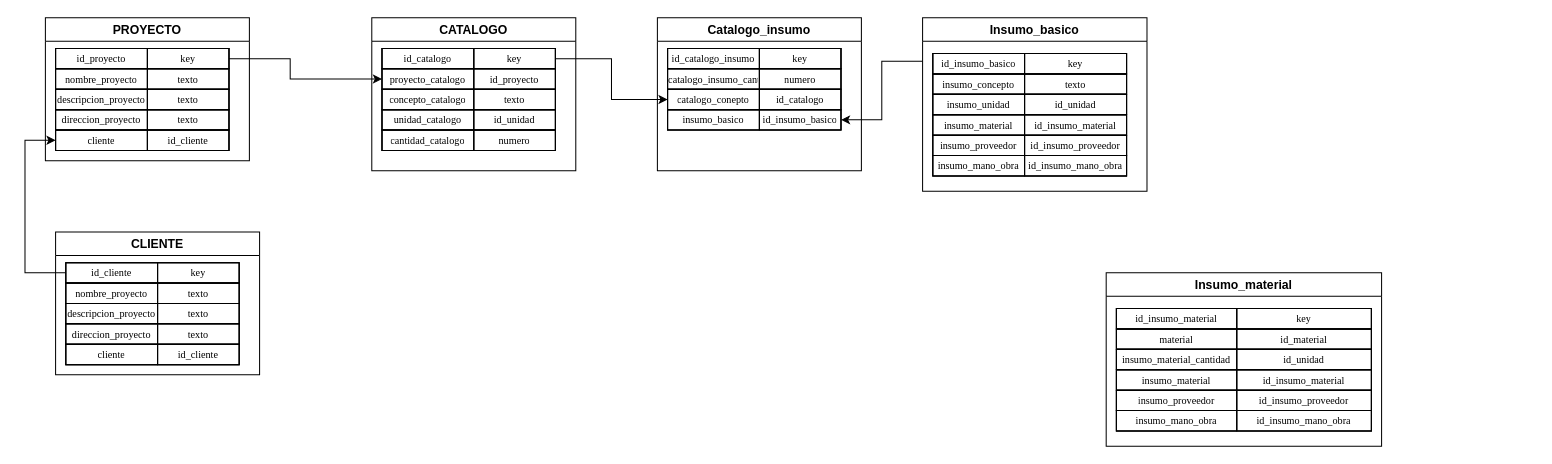
Earlier version of the draw.io diagram Base_datos.drawio (joserra71/AdmonObra). Source tidied: cells renumbered, new cells numbered last; positions are measured from the earlier drawing's top-left corner, leaving out a move shared by most shapes. Both pictures are drawn from the tidied source at 102%, with x=0, y=0 at pixel (24, 17).
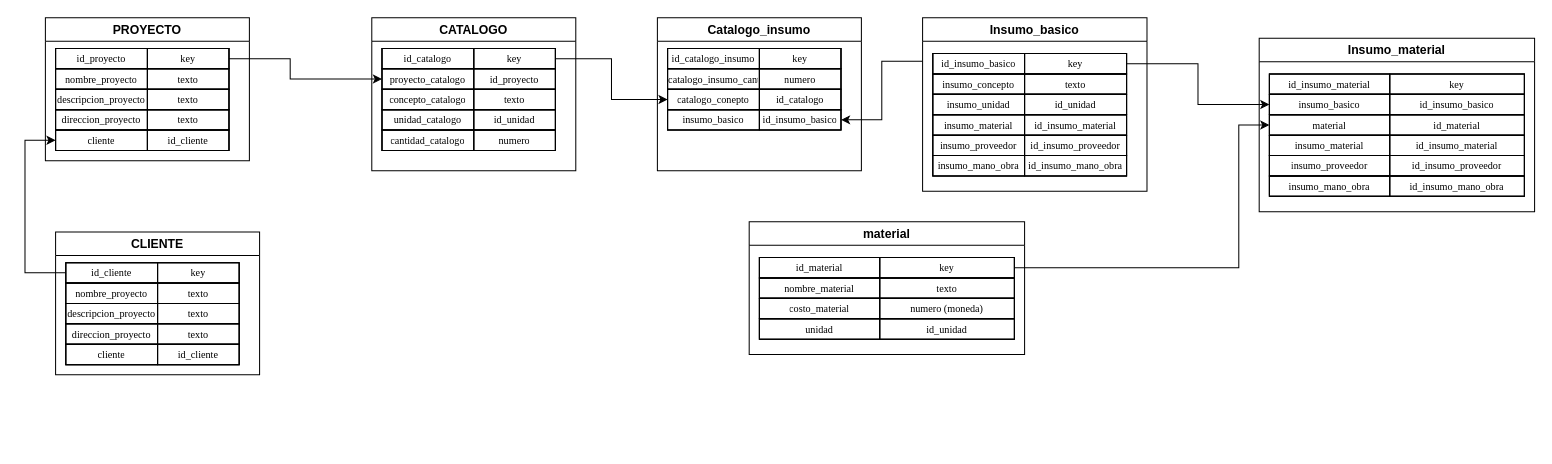
The same diagram, later.

Unchanged cells that the change refers to:
```xml
<mxCell id="73" style="shape=tableRow;horizontal=0;startSize=0;swimlaneHead=0;swimlaneBody=0;strokeColor=inherit;fillColor=none;points=[[0,0.5],[1,0.5]];portConstraint=eastwest;fixedHeader=1;" parent="72" vertex="1">
  <mxGeometry width="190" height="20" as="geometry" />
</mxCell>
<mxCell id="96" style="shape=tableRow;horizontal=0;startSize=0;swimlaneHead=0;swimlaneBody=0;strokeColor=inherit;fillColor=none;points=[[0,0.5],[1,0.5]];portConstraint=eastwest;fixedHeader=1;" parent="92" vertex="1">
  <mxGeometry y="20" width="250" height="20" as="geometry" />
</mxCell>
<mxCell id="99" style="shape=tableRow;horizontal=0;startSize=0;swimlaneHead=0;swimlaneBody=0;strokeColor=inherit;fillColor=none;points=[[0,0.5],[1,0.5]];portConstraint=eastwest;fixedHeader=1;" parent="92" vertex="1">
  <mxGeometry y="40" width="250" height="20" as="geometry" />
</mxCell>
```

The edit, as a diff of the source:
```diff
@@
     <mxCell id="91" value="Insumo_material" style="swimlane;whiteSpace=wrap;html=1;" parent="1" vertex="1">
-      <mxGeometry x="1060" y="250" width="270" height="170" as="geometry" />
+      <mxGeometry x="1210" y="20" width="270" height="170" as="geometry" />
     </mxCell>
@@
-    <mxCell id="97" value="material" style="shape=partialRectangle;html=1;whiteSpace=wrap;strokeColor=inherit;overflow=hidden;fillColor=none;fontFamily=Garamond;fontSize=10;" parent="96" vertex="1">
+    <mxCell id="97" value="insumo_basico" style="shape=partialRectangle;html=1;whiteSpace=wrap;strokeColor=inherit;overflow=hidden;fillColor=none;fontFamily=Garamond;fontSize=10;" parent="96" vertex="1">
       <mxGeometry width="118" height="20" as="geometry" />
     </mxCell>
-    <mxCell id="98" value="id_material" style="shape=partialRectangle;html=1;whiteSpace=wrap;strokeColor=inherit;overflow=hidden;fillColor=none;fontFamily=Garamond;fontSize=10;" parent="96" vertex="1">
+    <mxCell id="98" value="id_insumo_basico" style="shape=partialRectangle;html=1;whiteSpace=wrap;strokeColor=inherit;overflow=hidden;fillColor=none;fontFamily=Garamond;fontSize=10;" parent="96" vertex="1">
       <mxGeometry x="118" width="132" height="20" as="geometry" />
     </mxCell>
@@
-    <mxCell id="100" value="insumo_material_cantidad" style="shape=partialRectangle;html=1;whiteSpace=wrap;strokeColor=inherit;overflow=hidden;fillColor=none;fontFamily=Garamond;fontSize=10;" parent="99" vertex="1">
+    <mxCell id="100" value="material" style="shape=partialRectangle;html=1;whiteSpace=wrap;strokeColor=inherit;overflow=hidden;fillColor=none;fontFamily=Garamond;fontSize=10;" parent="99" vertex="1">
       <mxGeometry width="118" height="20" as="geometry" />
     </mxCell>
-    <mxCell id="101" value="id_unidad" style="shape=partialRectangle;html=1;whiteSpace=wrap;strokeColor=inherit;overflow=hidden;fillColor=none;fontFamily=Garamond;fontSize=10;" parent="99" vertex="1">
+    <mxCell id="101" value="id_material" style="shape=partialRectangle;html=1;whiteSpace=wrap;strokeColor=inherit;overflow=hidden;fillColor=none;fontFamily=Garamond;fontSize=10;" parent="99" vertex="1">
       <mxGeometry x="118" width="132" height="20" as="geometry" />
     </mxCell>
@@
+    <mxCell id="111" value="material" style="swimlane;whiteSpace=wrap;html=1;" parent="1" vertex="1">
+      <mxGeometry x="710" y="200" width="270" height="130" as="geometry" />
+    </mxCell>
+    <mxCell id="112" style="shape=table;startSize=0;childLayout=tableLayout;fixedHeader=1;tableRender=collapsed;" parent="111" vertex="1">
+      <mxGeometry x="10" y="35" width="250" height="80" as="geometry" />
+    </mxCell>
+    <mxCell id="113" style="shape=tableRow;horizontal=0;startSize=0;swimlaneHead=0;swimlaneBody=0;strokeColor=inherit;fillColor=none;points=[[0,0.5],[1,0.5]];portConstraint=eastwest;fixedHeader=1;" parent="112" vertex="1">
+      <mxGeometry width="250" height="20" as="geometry" />
+    </mxCell>
+    <mxCell id="114" value="id_material" style="shape=partialRectangle;html=1;whiteSpace=wrap;strokeColor=inherit;overflow=hidden;fillColor=none;fontFamily=Garamond;fontSize=10;" parent="113" vertex="1">
+      <mxGeometry width="118" height="20" as="geometry" />
+    </mxCell>
+    <mxCell id="115" value="key" style="shape=partialRectangle;html=1;whiteSpace=wrap;strokeColor=inherit;overflow=hidden;fillColor=none;fontFamily=Garamond;fontSize=10;" parent="113" vertex="1">
+      <mxGeometry x="118" width="132" height="20" as="geometry" />
+    </mxCell>
+    <mxCell id="116" style="shape=tableRow;horizontal=0;startSize=0;swimlaneHead=0;swimlaneBody=0;strokeColor=inherit;fillColor=none;fixedHeader=1;" parent="112" vertex="1">
+      <mxGeometry y="20" width="250" height="20" as="geometry" />
+    </mxCell>
+    <mxCell id="117" value="nombre_material" style="shape=partialRectangle;html=1;whiteSpace=wrap;strokeColor=inherit;overflow=hidden;fillColor=none;fontFamily=Garamond;fontSize=10;" parent="116" vertex="1">
+      <mxGeometry width="118" height="20" as="geometry" />
+    </mxCell>
+    <mxCell id="118" value="texto" style="shape=partialRectangle;html=1;whiteSpace=wrap;strokeColor=inherit;overflow=hidden;fillColor=none;fontFamily=Garamond;fontSize=10;" parent="116" vertex="1">
+      <mxGeometry x="118" width="132" height="20" as="geometry" />
+    </mxCell>
+    <mxCell id="119" style="shape=tableRow;horizontal=0;startSize=0;swimlaneHead=0;swimlaneBody=0;strokeColor=inherit;fillColor=none;fixedHeader=1;" parent="112" vertex="1">
+      <mxGeometry y="40" width="250" height="20" as="geometry" />
+    </mxCell>
+    <mxCell id="120" value="costo_material" style="shape=partialRectangle;html=1;whiteSpace=wrap;strokeColor=inherit;overflow=hidden;fillColor=none;fontFamily=Garamond;fontSize=10;" parent="119" vertex="1">
+      <mxGeometry width="118" height="20" as="geometry" />
+    </mxCell>
+    <mxCell id="121" value="numero (moneda)" style="shape=partialRectangle;html=1;whiteSpace=wrap;strokeColor=inherit;overflow=hidden;fillColor=none;fontFamily=Garamond;fontSize=10;" parent="119" vertex="1">
+      <mxGeometry x="118" width="132" height="20" as="geometry" />
+    </mxCell>
+    <mxCell id="122" style="shape=tableRow;horizontal=0;startSize=0;swimlaneHead=0;swimlaneBody=0;strokeColor=inherit;fillColor=none;fixedHeader=1;" parent="112" vertex="1">
+      <mxGeometry y="60" width="250" height="20" as="geometry" />
+    </mxCell>
+    <mxCell id="123" value="unidad" style="shape=partialRectangle;html=1;whiteSpace=wrap;strokeColor=inherit;overflow=hidden;fillColor=none;fontFamily=Garamond;fontSize=10;" parent="122" vertex="1">
+      <mxGeometry width="118" height="20" as="geometry" />
+    </mxCell>
+    <mxCell id="124" value="id_unidad" style="shape=partialRectangle;html=1;whiteSpace=wrap;strokeColor=inherit;overflow=hidden;fillColor=none;fontFamily=Garamond;fontSize=10;" parent="122" vertex="1">
+      <mxGeometry x="118" width="132" height="20" as="geometry" />
+    </mxCell>
+    <mxCell id="125" style="edgeStyle=orthogonalEdgeStyle;rounded=0;jettySize=auto;html=1;exitX=1;exitY=0.5;exitDx=0;exitDy=0;entryX=0;entryY=0.5;entryDx=0;entryDy=0;defaultLabelBackgroundColor=page;" parent="1" edge="1" source="113" target="99">
+      <mxGeometry x="0.05" relative="1" as="geometry">
+        <Array as="points">
+          <mxPoint x="1190" y="245" />
+          <mxPoint x="1190" y="105" />
+        </Array>
+      </mxGeometry>
+    </mxCell>
+    <mxCell id="126" style="edgeStyle=orthogonalEdgeStyle;rounded=0;jettySize=auto;html=1;exitX=1;exitY=0.5;exitDx=0;exitDy=0;entryX=0;entryY=0.5;entryDx=0;entryDy=0;defaultLabelBackgroundColor=page;" parent="1" edge="1" source="73" target="96">
+      <mxGeometry relative="1" as="geometry" />
+    </mxCell>
```
